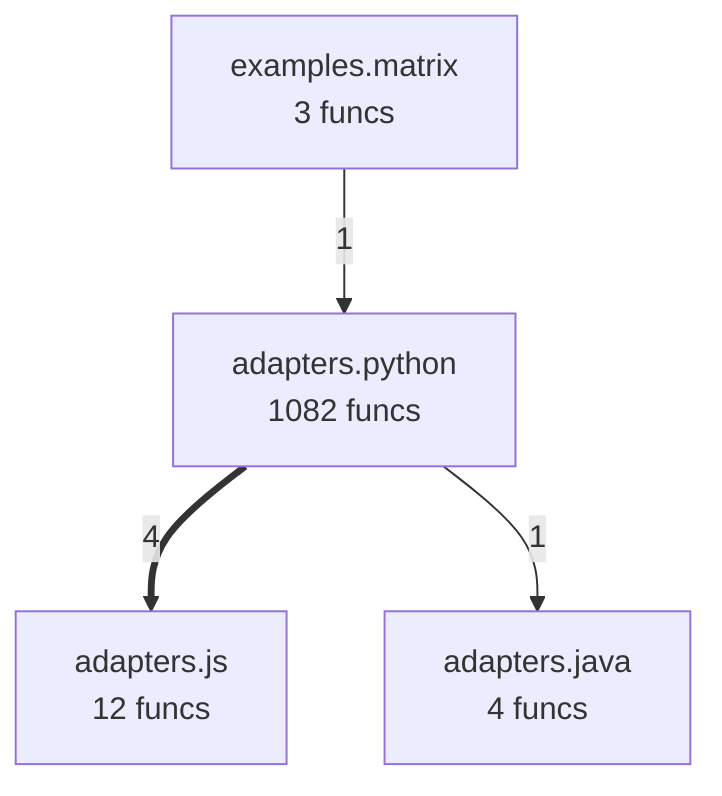
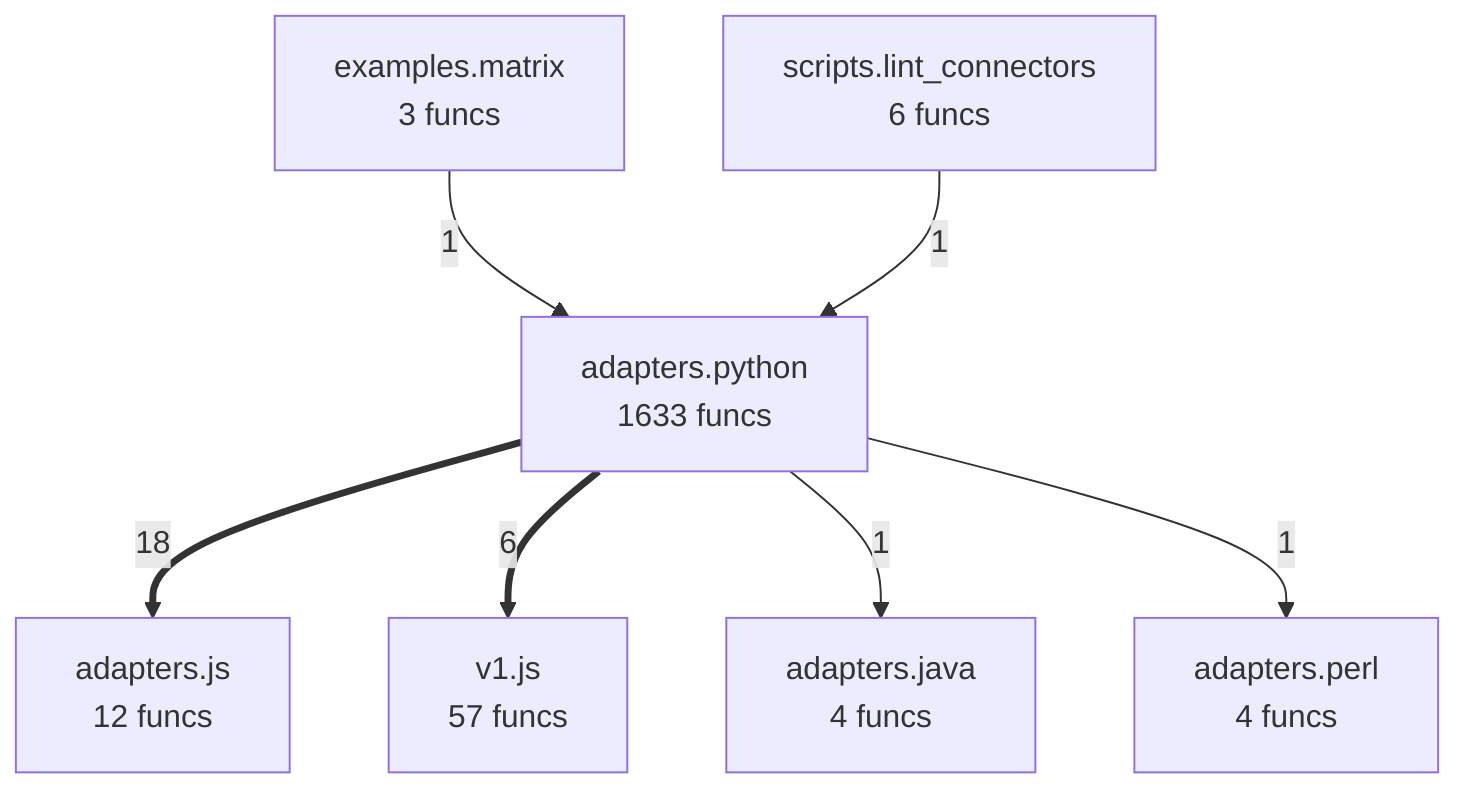
flowchart TD
- %% generated in 0.02s
+ %% generated in 0.04s
    adapters__java["adapters.java<br/>4 funcs"]
    adapters__js["adapters.js<br/>12 funcs"]
-     adapters__python["adapters.python<br/>1082 funcs"]
+     adapters__perl["adapters.perl<br/>4 funcs"]
+     adapters__python["adapters.python<br/>1633 funcs"]
    examples__matrix["examples.matrix<br/>3 funcs"]
-     adapters__python ==>|4| adapters__js
+     scripts__lint_connectors["scripts.lint_connectors<br/>6 funcs"]
+     v1__js["v1.js<br/>57 funcs"]
+     adapters__python ==>|18| adapters__js
+     adapters__python ==>|6| v1__js
    examples__matrix -->|1| adapters__python
+     scripts__lint_connectors -->|1| adapters__python
    adapters__python -->|1| adapters__java
+     adapters__python -->|1| adapters__perl
